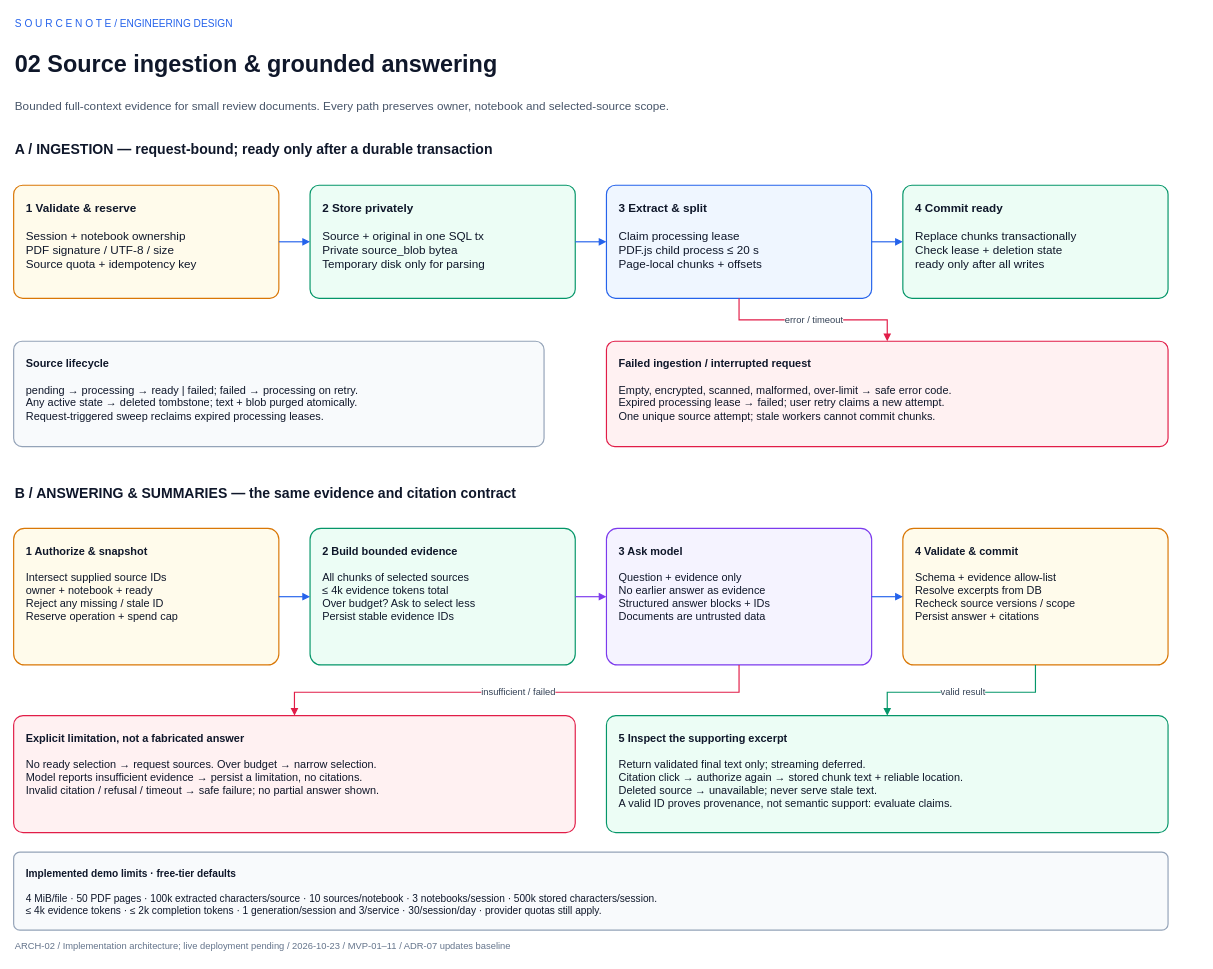
This is page "ARCH-02 | Source ingestion & grounded answering" (2 of 4) of docs/architecture/notebooklm-clone.drawio from jadomer98/sourcenote, a draw.io file, before an edit. Source tidied: cells renumbered, new cells numbered last; positions are measured from the earlier drawing's top-left corner, leaving out a move shared by most shapes. Both pictures are drawn from the tidied source at 78%, with x=0, y=0 at pixel (13, 13).
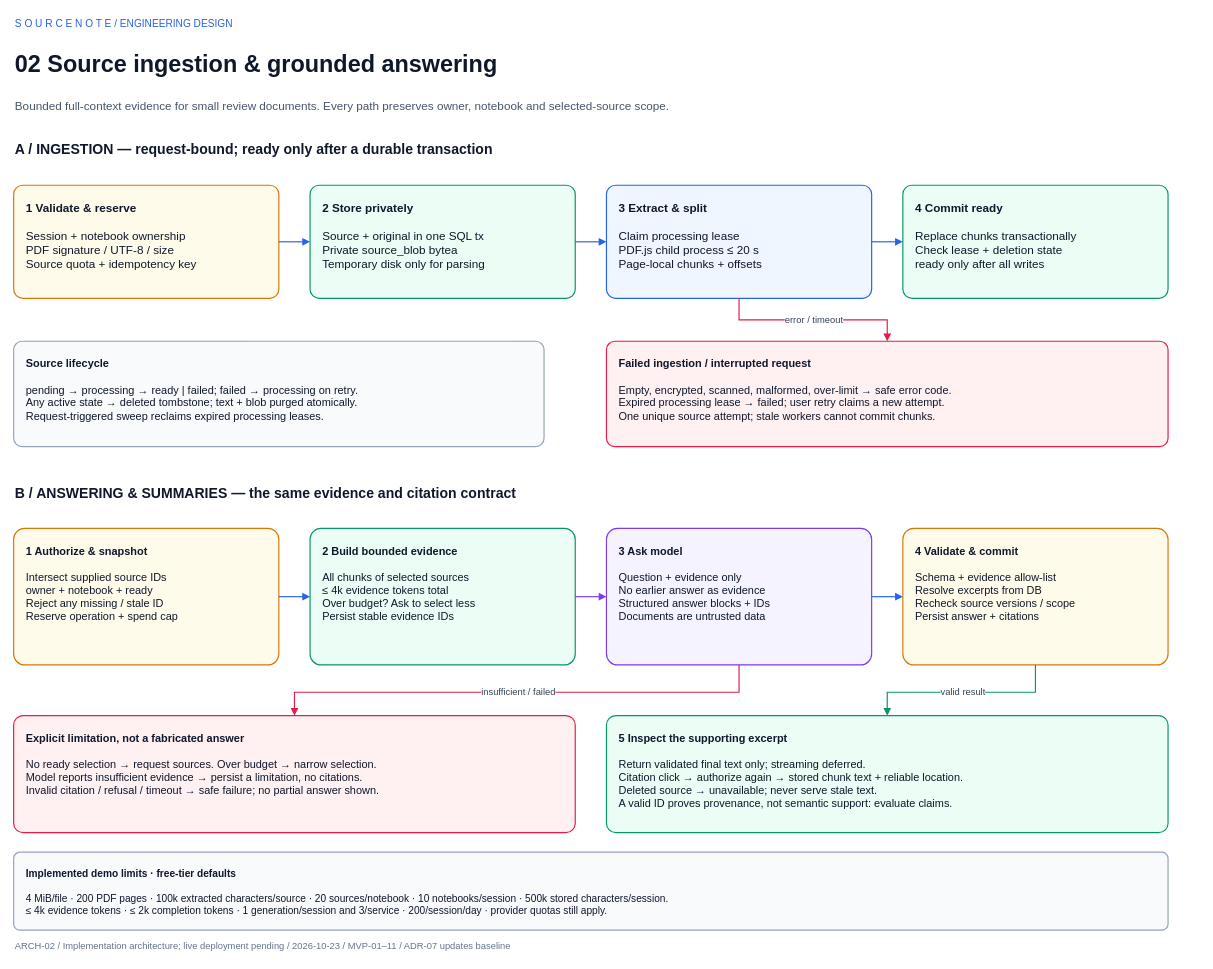
Above is the later version.

Change to the diagram source:
```diff
@@
-    <mxCell id="29" value="&lt;b&gt;Implemented demo limits · free-tier defaults&lt;/b&gt;&lt;br&gt;&lt;br&gt;4 MiB/file · 50 PDF pages · 100k extracted characters/source · 10 sources/notebook · 3 notebooks/session · 500k stored characters/session.&lt;br&gt;≤ 4k evidence tokens · ≤ 2k completion tokens · 1 generation/session and 3/service · 30/session/day · provider quotas still apply." style="rounded=1;arcSize=8;html=1;whiteSpace=wrap;fillColor=#F8FAFC;strokeColor=#94A3B8;strokeWidth=1.5;align=left;verticalAlign=top;spacing=16;fontFamily=Helvetica;fontSize=13;fontColor=#0F172A;fontStyle=0;" parent="1" vertex="1">
+    <mxCell id="29" value="&lt;b&gt;Implemented demo limits · free-tier defaults&lt;/b&gt;&lt;br&gt;&lt;br&gt;4 MiB/file · 200 PDF pages · 100k extracted characters/source · 20 sources/notebook · 10 notebooks/session · 500k stored characters/session.&lt;br&gt;≤ 4k evidence tokens · ≤ 2k completion tokens · 1 generation/session and 3/service · 200/session/day · provider quotas still apply." style="rounded=1;arcSize=8;html=1;whiteSpace=wrap;fillColor=#F8FAFC;strokeColor=#94A3B8;strokeWidth=1.5;align=left;verticalAlign=top;spacing=16;fontFamily=Helvetica;fontSize=13;fontColor=#0F172A;fontStyle=0;" parent="1" vertex="1">
       <mxGeometry y="1075" width="1480" height="100" as="geometry" />
     </mxCell>
```
